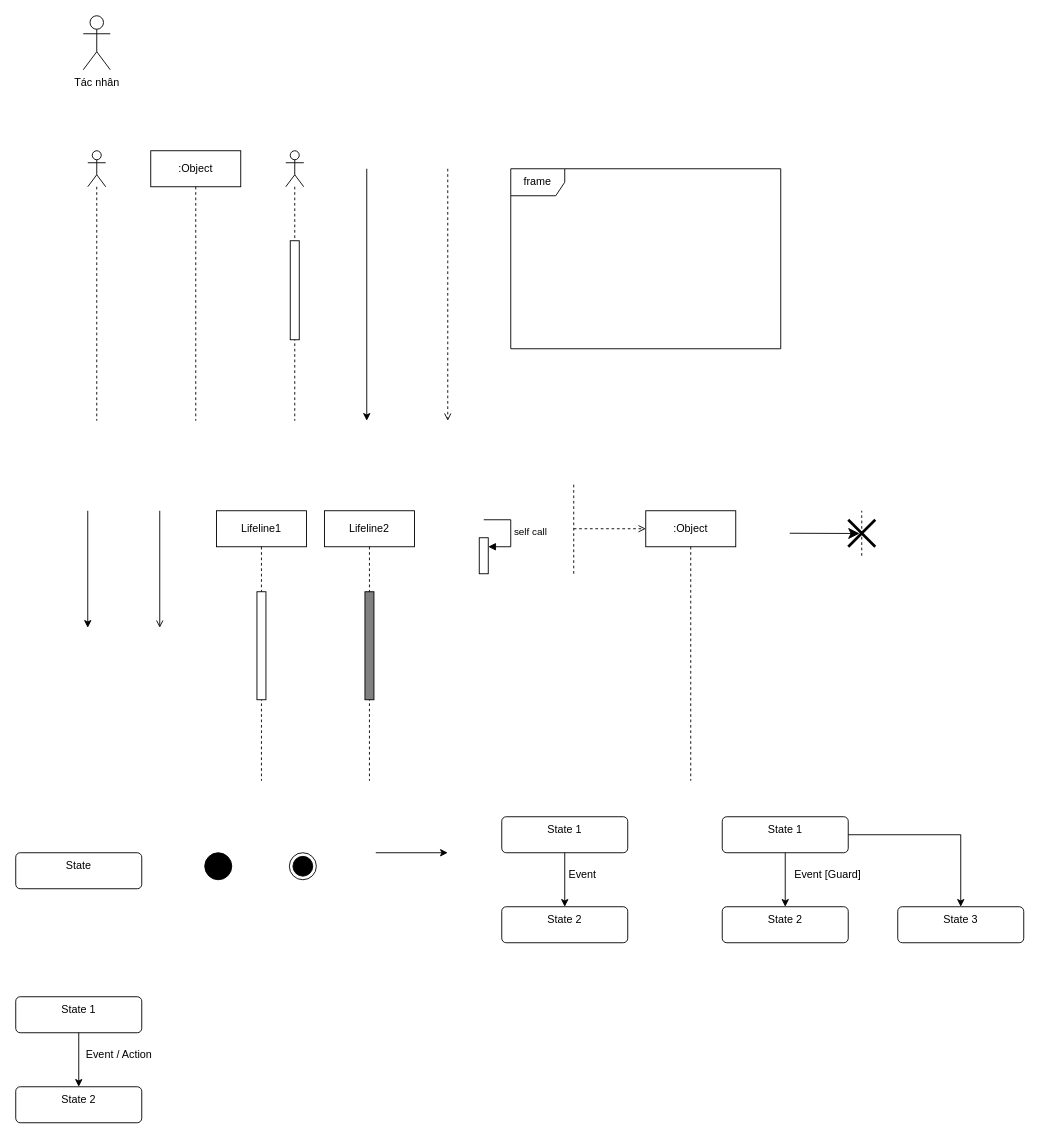
This is Session05/test1.drawio from letoan0902/PTIT_CNTT1_IT104_LePhuToan_PhanTichVaThietKeHeThong, a draw.io file, before an edit. Source tidied: cells renumbered, new cells numbered last; positions are measured from the earlier drawing's top-left corner, leaving out a move shared by most shapes. Both pictures are drawn from the tidied source at 90%, with x=0, y=0 at pixel (15, 15).
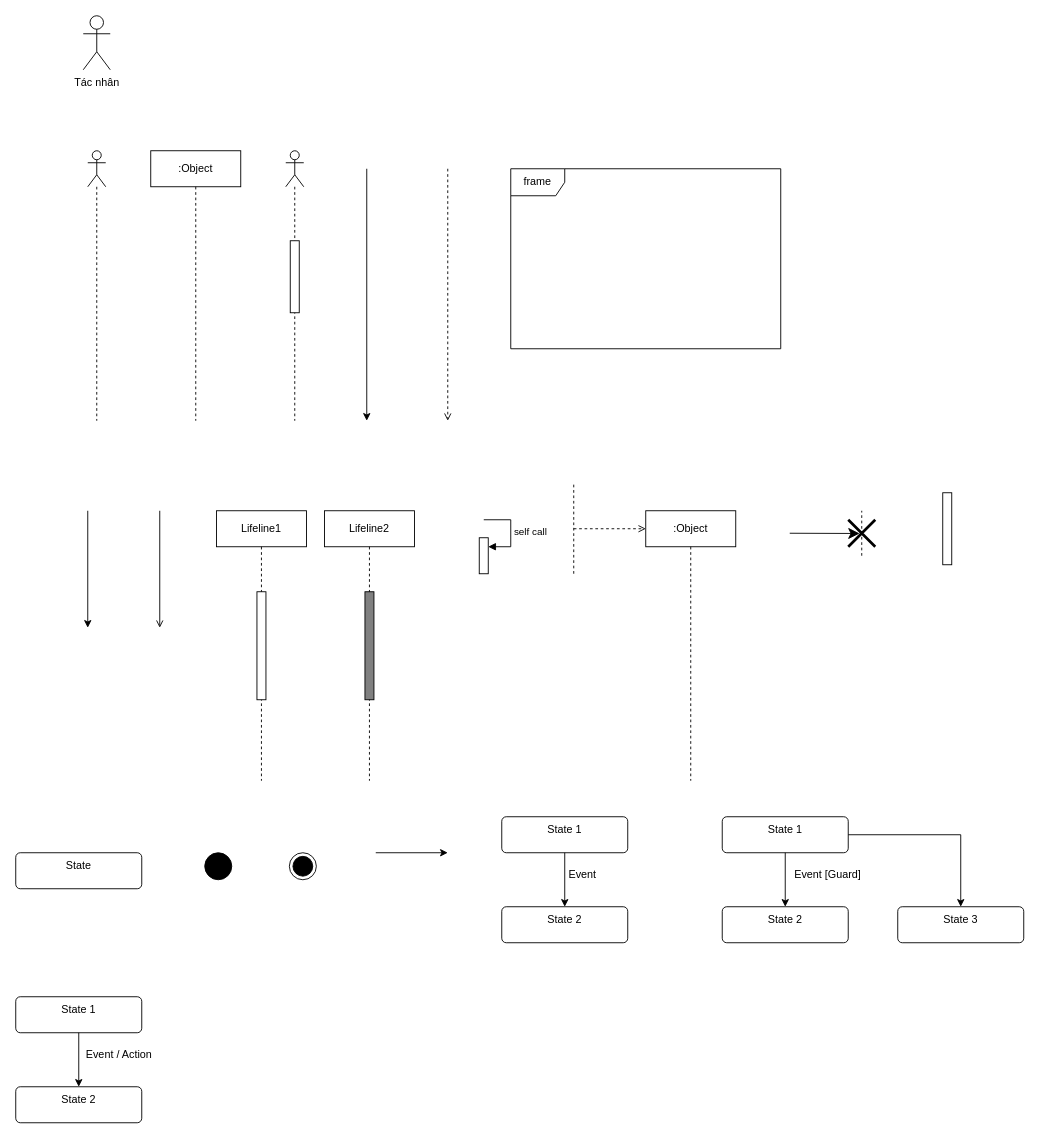
The same diagram, later.

The change refers to these unchanged cells:
```xml
<mxCell id="5" style="shape=umlLifeline;perimeter=lifelinePerimeter;whiteSpace=wrap;html=1;newEdgeStyle={&quot;curved&quot;:0,&quot;rounded&quot;:0};participant=umlActor;" parent="1" vertex="1">
  <mxGeometry x="300" y="150" width="20" height="300" as="geometry" />
</mxCell>
```

The edit, as a diff of the source:
```diff
@@
-    <mxCell id="6" style="rounded=0;whiteSpace=wrap;html=1;" parent="1" vertex="1">
-      <mxGeometry x="305" y="250" width="10" height="110" as="geometry" />
-    </mxCell>
+    <mxCell id="42" style="html=1;perimeter=orthogonalPerimeter;targetShapes=umlLifeline;newEdgeStyle={&quot;curved&quot;:0,&quot;rounded&quot;:0};" parent="5" vertex="1">
+      <mxGeometry x="5" y="100" width="10" height="80" as="geometry" />
+    </mxCell>
@@
+    <mxCell id="43" style="html=1;perimeter=orthogonalPerimeter;targetShapes=umlLifeline;newEdgeStyle={&quot;curved&quot;:0,&quot;rounded&quot;:0};" parent="1" vertex="1">
+      <mxGeometry x="1030" y="530" width="10" height="80" as="geometry" />
+    </mxCell>
```
